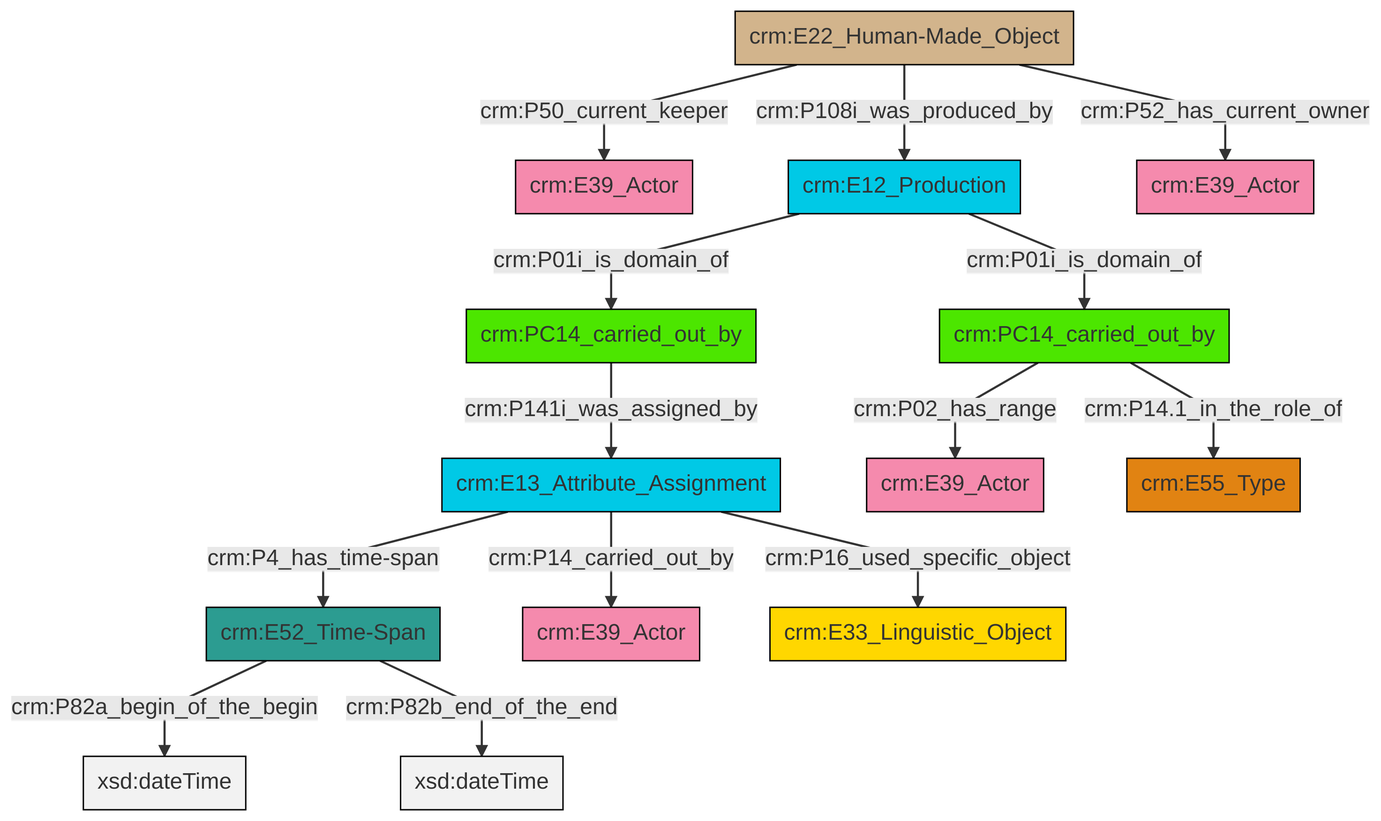
Earlier version of the Mermaid export et/carrierCSV/ttl/mmd/png/carrier_relations.png (swiss-art-research-net/docs.swissartresearch). Its source is kept beside it as et/carrierCSV/ttl/mmd/carrier_relations.ttl.mmd.
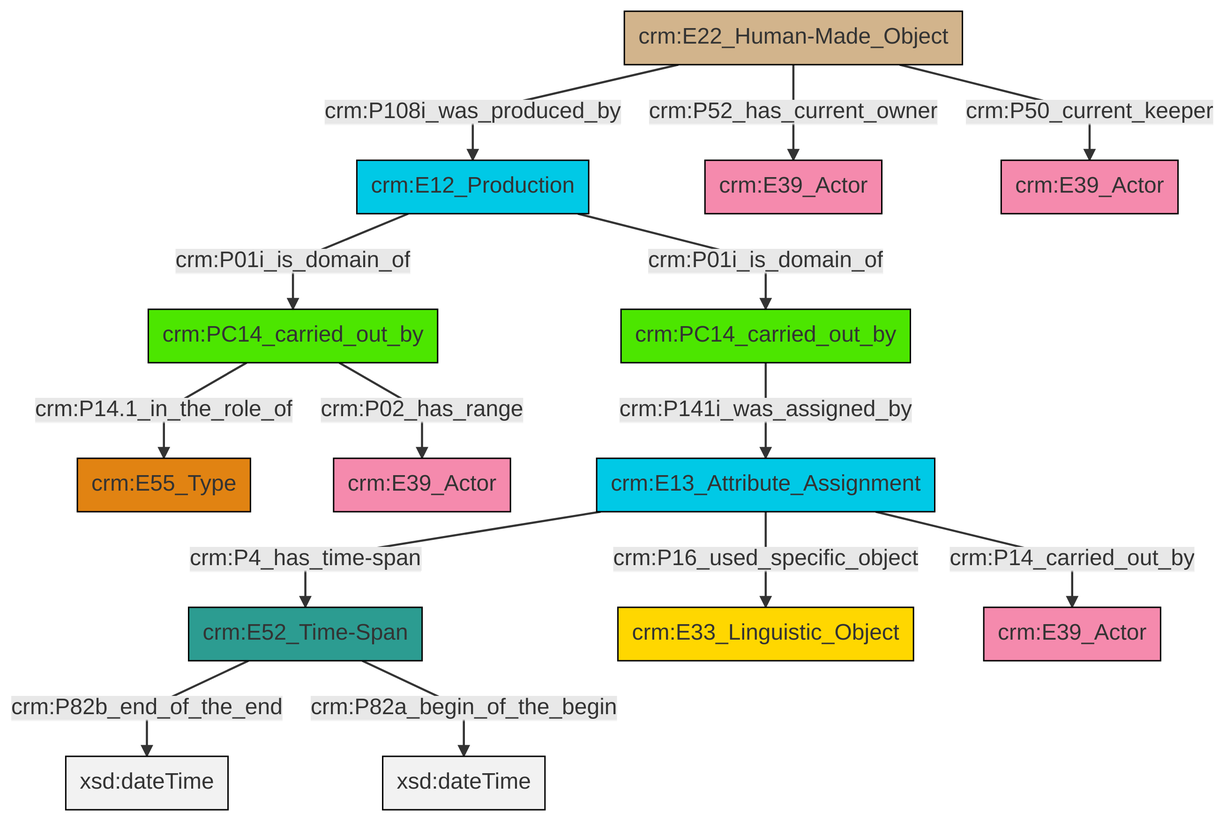
After the change.

The edit, as a diff of the source:
```diff
@@ -13,16 +13,16 @@
 classDef PC_Classes fill:#4ce600, stroke:#000000;
 classDef Multi fill:#cccccc,stroke:#000000;
 
-0["crm:PC14_carried_out_by"]:::PC_Classes -->|crm:P141i_was_assigned_by| 1["crm:E13_Attribute_Assignment"]:::Temporal_Entity
-2["crm:PC14_carried_out_by"]:::PC_Classes -->|crm:P02_has_range| 3["crm:E39_Actor"]:::Actor
-1["crm:E13_Attribute_Assignment"]:::Temporal_Entity -->|crm:P4_has_time-span| 9["crm:E52_Time-Span"]:::Time-Span
-12["crm:E22_Human-Made_Object"]:::Physical_Thing -->|crm:P50_current_keeper| 10["crm:E39_Actor"]:::Actor
-9["crm:E52_Time-Span"]:::Time-Span -->|crm:P82a_begin_of_the_begin| 13[xsd:dateTime]:::Literal
-2["crm:PC14_carried_out_by"]:::PC_Classes -->|crm:P14.1_in_the_role_of| 6["crm:E55_Type"]:::Type
-14["crm:E12_Production"]:::Temporal_Entity -->|crm:P01i_is_domain_of| 2["crm:PC14_carried_out_by"]:::PC_Classes
-12["crm:E22_Human-Made_Object"]:::Physical_Thing -->|crm:P52_has_current_owner| 16["crm:E39_Actor"]:::Actor
-9["crm:E52_Time-Span"]:::Time-Span -->|crm:P82b_end_of_the_end| 20[xsd:dateTime]:::Literal
-1["crm:E13_Attribute_Assignment"]:::Temporal_Entity -->|crm:P14_carried_out_by| 21["crm:E39_Actor"]:::Actor
-1["crm:E13_Attribute_Assignment"]:::Temporal_Entity -->|crm:P16_used_specific_object| 23["crm:E33_Linguistic_Object"]:::Conceptual_Object
-12["crm:E22_Human-Made_Object"]:::Physical_Thing -->|crm:P108i_was_produced_by| 14["crm:E12_Production"]:::Temporal_Entity
-14["crm:E12_Production"]:::Temporal_Entity -->|crm:P01i_is_domain_of| 0["crm:PC14_carried_out_by"]:::PC_Classes
+2["crm:E52_Time-Span"]:::Time-Span -->|crm:P82b_end_of_the_end| 3[xsd:dateTime]:::Literal
+4["crm:PC14_carried_out_by"]:::PC_Classes -->|crm:P14.1_in_the_role_of| 5["crm:E55_Type"]:::Type
+8["crm:E22_Human-Made_Object"]:::Physical_Thing -->|crm:P108i_was_produced_by| 6["crm:E12_Production"]:::Temporal_Entity
+9["crm:E13_Attribute_Assignment"]:::Temporal_Entity -->|crm:P4_has_time-span| 2["crm:E52_Time-Span"]:::Time-Span
+4["crm:PC14_carried_out_by"]:::PC_Classes -->|crm:P02_has_range| 13["crm:E39_Actor"]:::Actor
+2["crm:E52_Time-Span"]:::Time-Span -->|crm:P82a_begin_of_the_begin| 15[xsd:dateTime]:::Literal
+11["crm:PC14_carried_out_by"]:::PC_Classes -->|crm:P141i_was_assigned_by| 9["crm:E13_Attribute_Assignment"]:::Temporal_Entity
+9["crm:E13_Attribute_Assignment"]:::Temporal_Entity -->|crm:P16_used_specific_object| 18["crm:E33_Linguistic_Object"]:::Conceptual_Object
+6["crm:E12_Production"]:::Temporal_Entity -->|crm:P01i_is_domain_of| 4["crm:PC14_carried_out_by"]:::PC_Classes
+8["crm:E22_Human-Made_Object"]:::Physical_Thing -->|crm:P52_has_current_owner| 22["crm:E39_Actor"]:::Actor
+8["crm:E22_Human-Made_Object"]:::Physical_Thing -->|crm:P50_current_keeper| 0["crm:E39_Actor"]:::Actor
+6["crm:E12_Production"]:::Temporal_Entity -->|crm:P01i_is_domain_of| 11["crm:PC14_carried_out_by"]:::PC_Classes
+9["crm:E13_Attribute_Assignment"]:::Temporal_Entity -->|crm:P14_carried_out_by| 16["crm:E39_Actor"]:::Actor
```
